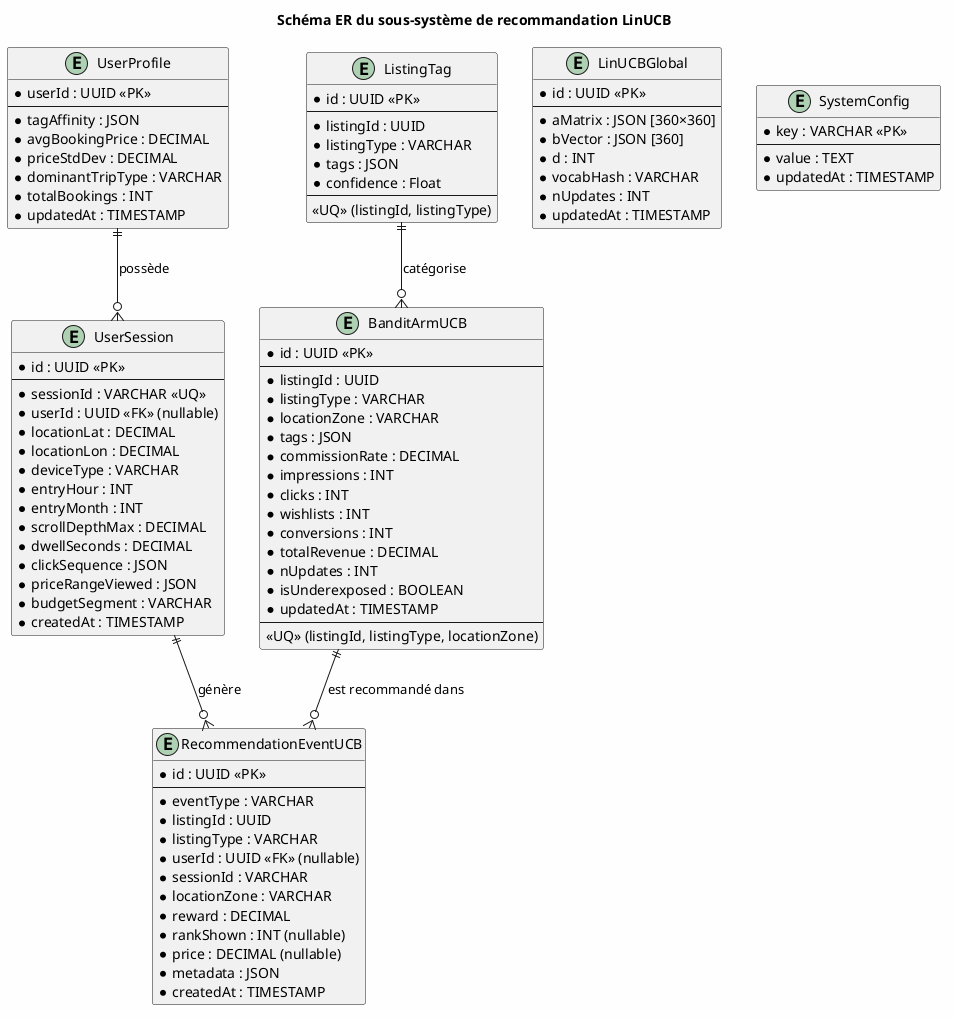
ahmed-addali/rapport keeps this PlantUML diagram as diagrams/fig_03_er_diagram_recommender.png. Above is the earlier version.
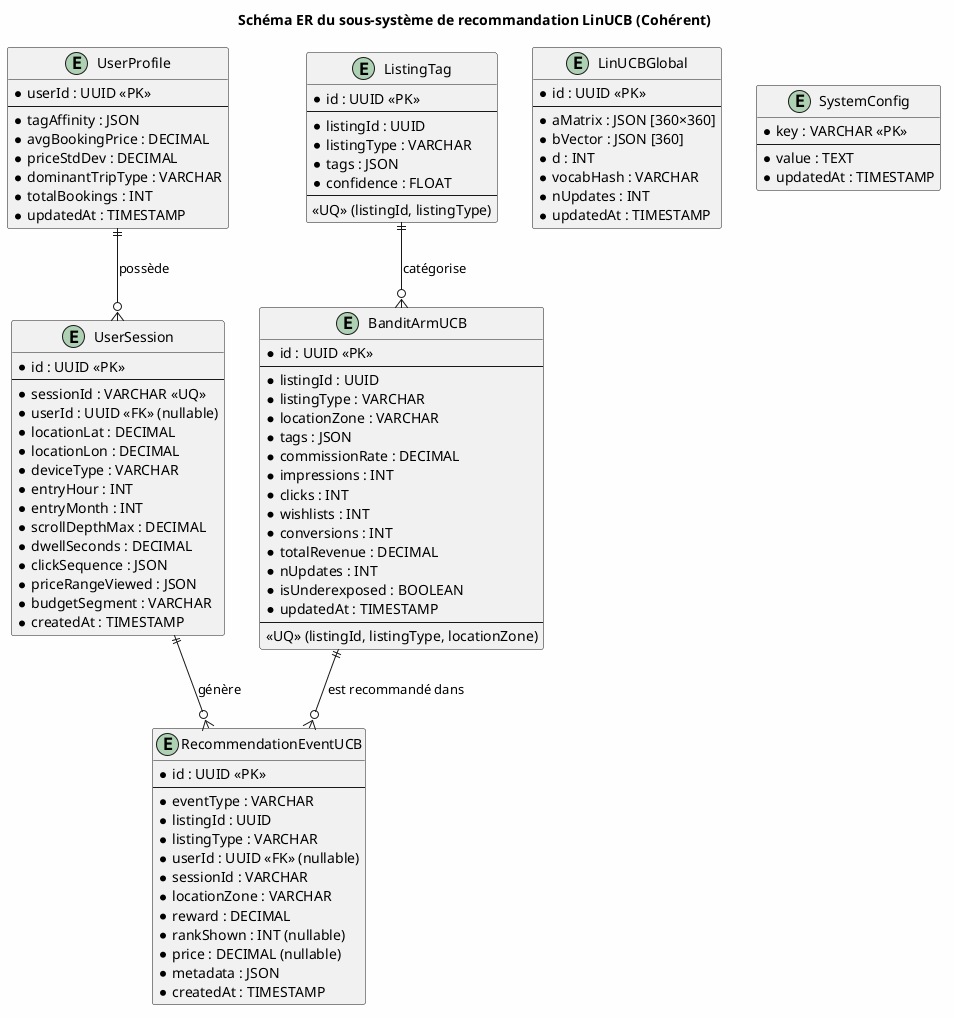
After the commit.

Change to the diagram source:
```diff
@@ -3,7 +3,7 @@
 
 skinparam defaultFontName "Arial"
 
-title Schéma ER du sous-système de recommandation LinUCB
+title Schéma ER du sous-système de recommandation LinUCB (Cohérent)
 
 !define table entity
 
@@ -89,7 +89,7 @@
   * listingId : UUID
   * listingType : VARCHAR
   * tags : JSON
-  * confidence : Float
+  * confidence : FLOAT
   --
   <<UQ>> (listingId, listingType)
 }
@@ -102,14 +102,9 @@
 }
 
 
-
-
 UP ||--o{ US : "possède"
-
 US ||--o{ RE : "génère"
-
 BA ||--o{ RE : "est recommandé dans"
-
 LT ||--o{ BA : "catégorise"
 
 @enduml
```
